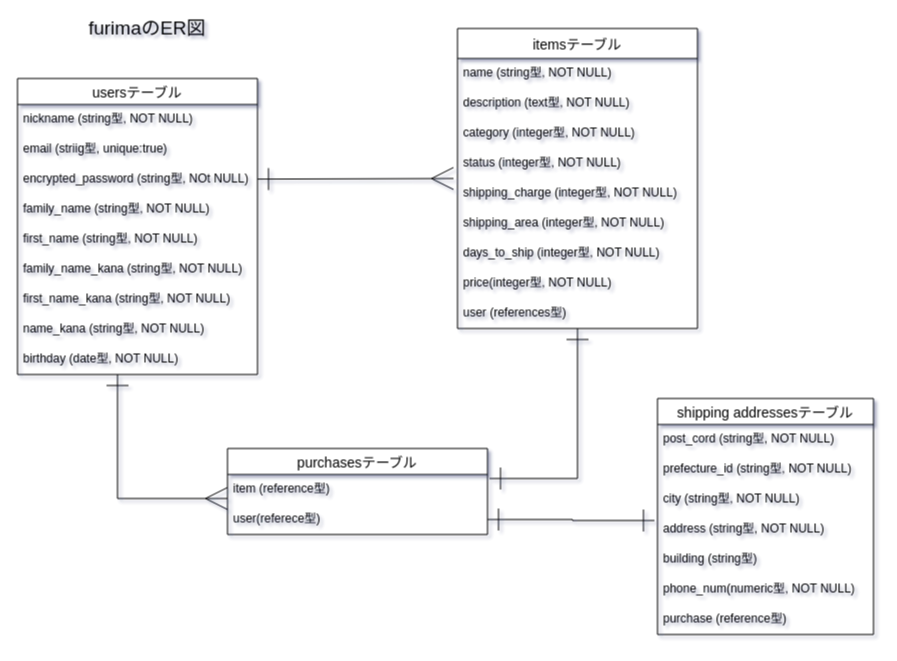
The draw.io diagram ER_figure.dio in takahirohirayama/furima-34430, before the edit. Source tidied: cells renumbered, new cells numbered last; positions are measured from the earlier drawing's top-left corner, leaving out a move shared by most shapes. Both pictures are drawn from the tidied source at 100%, with x=0, y=0 at pixel (17, 18).
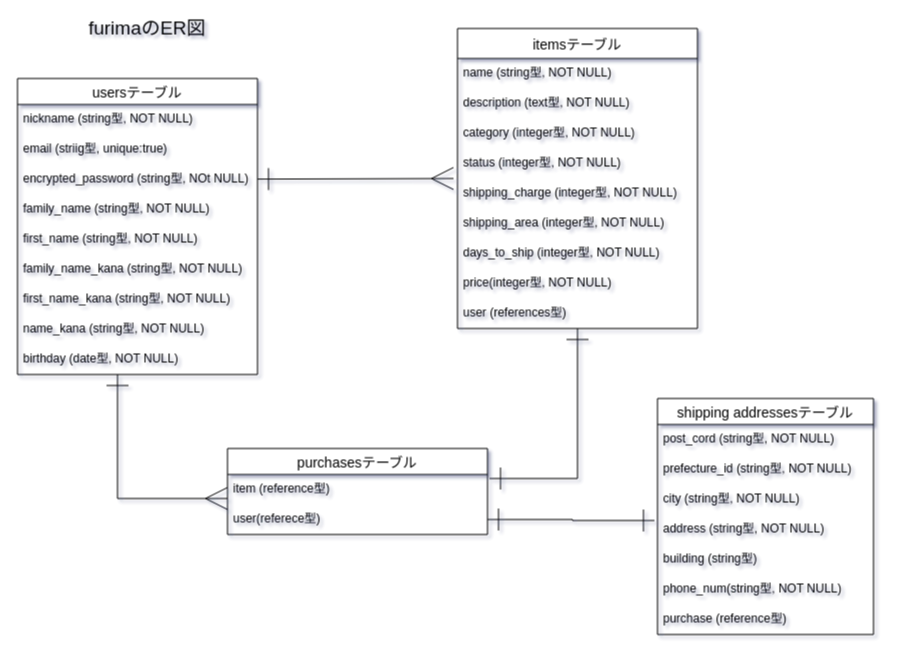
Above is the later version.

Unchanged cells that the change refers to:
```xml
<mxCell id="29" value="shipping addressesテーブル" style="swimlane;fontStyle=0;horizontal=1;startSize=26;align=center;fontSize=14;" parent="1" vertex="1">
  <mxGeometry x="640" y="380" width="216" height="236" as="geometry" />
</mxCell>
```

Diff of the diagram source:
```diff
@@
-    <mxCell id="35" value="phone_num(numeric型, NOT NULL)" style="text;strokeColor=none;fillColor=none;spacingLeft=4;spacingRight=4;overflow=hidden;fontSize=12;" parent="29" vertex="1">
+    <mxCell id="35" value="phone_num(string型, NOT NULL)" style="text;strokeColor=none;fillColor=none;spacingLeft=4;spacingRight=4;overflow=hidden;fontSize=12;" parent="29" vertex="1">
       <mxGeometry y="176" width="216" height="30" as="geometry" />
     </mxCell>
```
